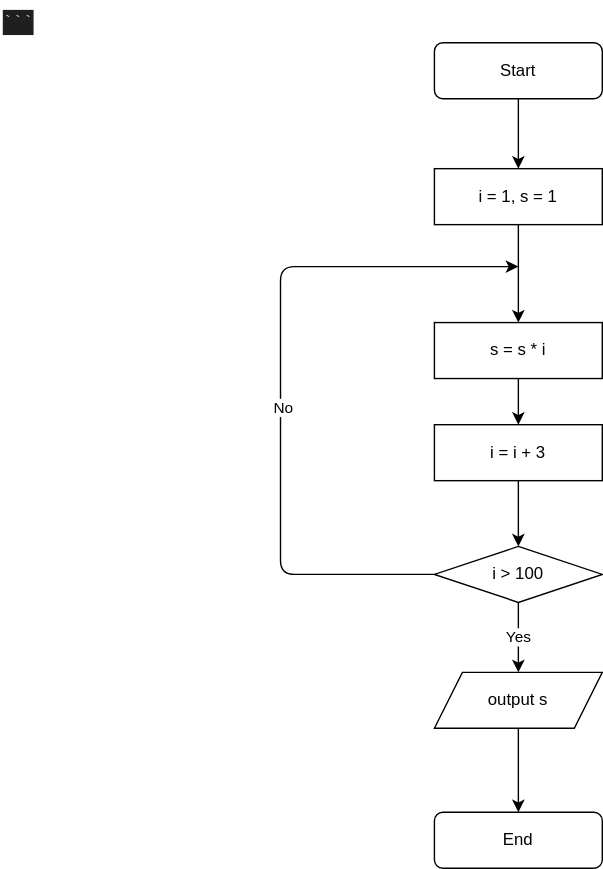
The draw.io diagram education/informatik/chapter2/question_3.drawio.svg in melodypapa/melodypapa.github.io, before a commit. Source tidied: cells renumbered, new cells last; positions are measured from the earlier drawing's top-left corner, leaving out a move shared by most shapes. Source of this version:
````xml
<mxGraphModel>
  <root>
    <mxCell id="0" />
    <mxCell id="1" parent="0" />
    <mxCell id="2" style="edgeStyle=none;html=1;exitX=0.5;exitY=1;exitDx=0;exitDy=0;entryX=0.5;entryY=0;entryDx=0;entryDy=0;" parent="1" edge="1" source="3" target="5">
      <mxGeometry relative="1" as="geometry" />
    </mxCell>
    <mxCell id="3" value="Start" style="rounded=1;whiteSpace=wrap;html=1;" parent="1" vertex="1">
      <mxGeometry x="310" y="30" width="120" height="40" as="geometry" />
    </mxCell>
    <mxCell id="4" style="edgeStyle=none;html=1;exitX=0.5;exitY=1;exitDx=0;exitDy=0;entryX=0.5;entryY=0;entryDx=0;entryDy=0;" parent="1" edge="1" source="5" target="7">
      <mxGeometry relative="1" as="geometry" />
    </mxCell>
    <mxCell id="5" value="i = 1, s = 1" style="rounded=0;whiteSpace=wrap;html=1;" parent="1" vertex="1">
      <mxGeometry x="310" y="120" width="120" height="40" as="geometry" />
    </mxCell>
    <mxCell id="6" style="edgeStyle=none;html=1;exitX=0.5;exitY=1;exitDx=0;exitDy=0;entryX=0.5;entryY=0;entryDx=0;entryDy=0;" parent="1" edge="1" source="7" target="9">
      <mxGeometry relative="1" as="geometry" />
    </mxCell>
    <mxCell id="7" value="s = s * i" style="rounded=0;whiteSpace=wrap;html=1;" parent="1" vertex="1">
      <mxGeometry x="310" y="230" width="120" height="40" as="geometry" />
    </mxCell>
    <mxCell id="8" style="edgeStyle=none;html=1;exitX=0.5;exitY=1;exitDx=0;exitDy=0;entryX=0.5;entryY=0;entryDx=0;entryDy=0;" parent="1" edge="1" source="9" target="12">
      <mxGeometry relative="1" as="geometry" />
    </mxCell>
    <mxCell id="9" value="i = i + 3" style="rounded=0;whiteSpace=wrap;html=1;" parent="1" vertex="1">
      <mxGeometry x="310" y="303" width="120" height="40" as="geometry" />
    </mxCell>
    <mxCell id="10" value="End" style="rounded=1;whiteSpace=wrap;html=1;" parent="1" vertex="1">
      <mxGeometry x="310" y="580" width="120" height="40" as="geometry" />
    </mxCell>
    <mxCell id="11" value="Yes" style="edgeStyle=none;html=1;exitX=0.5;exitY=1;exitDx=0;exitDy=0;" parent="1" edge="1" source="12" target="15">
      <mxGeometry relative="1" as="geometry" />
    </mxCell>
    <mxCell id="12" value="i &amp;gt; 100" style="rhombus;whiteSpace=wrap;html=1;" parent="1" vertex="1">
      <mxGeometry x="310" y="390" width="120" height="40" as="geometry" />
    </mxCell>
    <mxCell id="13" value="&lt;meta charset=&quot;utf-8&quot;&gt;&lt;div style=&quot;color: rgb(204, 204, 204); background-color: rgb(31, 31, 31); font-family: Menlo, Monaco, &amp;quot;Courier New&amp;quot;, monospace; font-weight: normal; font-size: 12px; line-height: 18px;&quot;&gt;&lt;div&gt;&lt;span style=&quot;color: #cccccc;&quot;&gt;```&lt;/span&gt;&lt;/div&gt;&lt;/div&gt;" style="text;whiteSpace=wrap;html=1;" parent="1" vertex="1">
      <mxGeometry width="60" height="40" as="geometry" />
    </mxCell>
    <mxCell id="14" style="edgeStyle=none;html=1;exitX=0.5;exitY=1;exitDx=0;exitDy=0;entryX=0.5;entryY=0;entryDx=0;entryDy=0;" parent="1" edge="1" source="15" target="10">
      <mxGeometry relative="1" as="geometry" />
    </mxCell>
    <mxCell id="15" value="output s" style="shape=parallelogram;perimeter=parallelogramPerimeter;whiteSpace=wrap;html=1;fixedSize=1;" parent="1" vertex="1">
      <mxGeometry x="310" y="480" width="120" height="40" as="geometry" />
    </mxCell>
    <mxCell id="16" style="endArrow=classic;html=1;exitX=0;exitY=0.5;exitDx=0;exitDy=0;" parent="1" edge="1" source="12">
      <mxGeometry relative="1" as="geometry">
        <mxPoint x="370" y="190" as="targetPoint" />
        <Array as="points">
          <mxPoint x="200" y="410" />
          <mxPoint x="200" y="190" />
        </Array>
      </mxGeometry>
    </mxCell>
    <mxCell id="17" value="No" style="edgeLabel;html=1;align=center;verticalAlign=middle;" parent="16" vertex="1">
      <mxGeometry x="-0.02" y="-1" relative="1" as="geometry">
        <mxPoint y="15" as="offset" />
      </mxGeometry>
    </mxCell>
  </root>
</mxGraphModel>
````
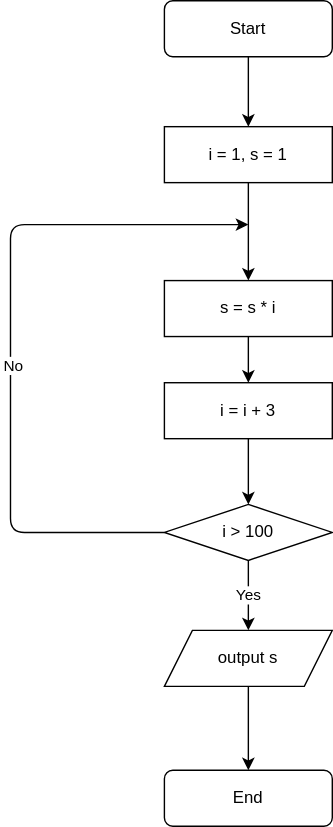
Above is the later version.

Change to the diagram source:
````diff
@@ -35,9 +35,6 @@
     <mxCell id="12" value="i &amp;gt; 100" style="rhombus;whiteSpace=wrap;html=1;" parent="1" vertex="1">
       <mxGeometry x="310" y="390" width="120" height="40" as="geometry" />
     </mxCell>
-    <mxCell id="13" value="&lt;meta charset=&quot;utf-8&quot;&gt;&lt;div style=&quot;color: rgb(204, 204, 204); background-color: rgb(31, 31, 31); font-family: Menlo, Monaco, &amp;quot;Courier New&amp;quot;, monospace; font-weight: normal; font-size: 12px; line-height: 18px;&quot;&gt;&lt;div&gt;&lt;span style=&quot;color: #cccccc;&quot;&gt;```&lt;/span&gt;&lt;/div&gt;&lt;/div&gt;" style="text;whiteSpace=wrap;html=1;" parent="1" vertex="1">
-      <mxGeometry width="60" height="40" as="geometry" />
-    </mxCell>
     <mxCell id="14" style="edgeStyle=none;html=1;exitX=0.5;exitY=1;exitDx=0;exitDy=0;entryX=0.5;entryY=0;entryDx=0;entryDy=0;" parent="1" edge="1" source="15" target="10">
       <mxGeometry relative="1" as="geometry" />
     </mxCell>
````
